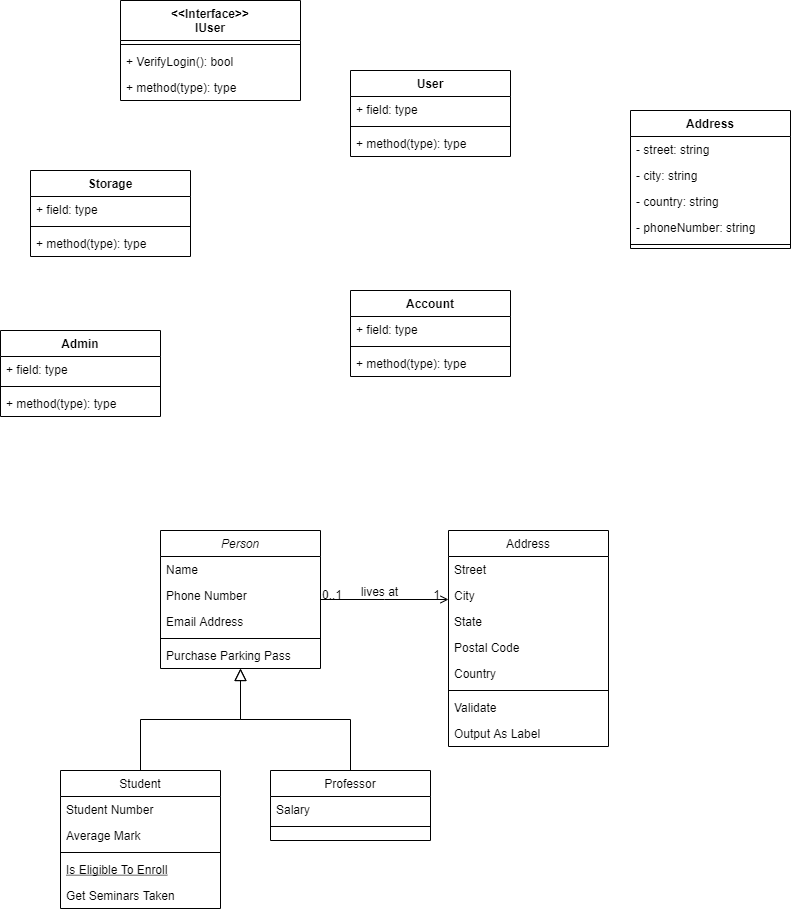
olh-msk/SigmaTask10 keeps this draw.io diagram as ShopConseptualUML.drawio.png. Above is the earlier version. Source tidied: cells renumbered, new cells last; positions are measured from the earlier drawing's top-left corner, leaving out a move shared by most shapes.
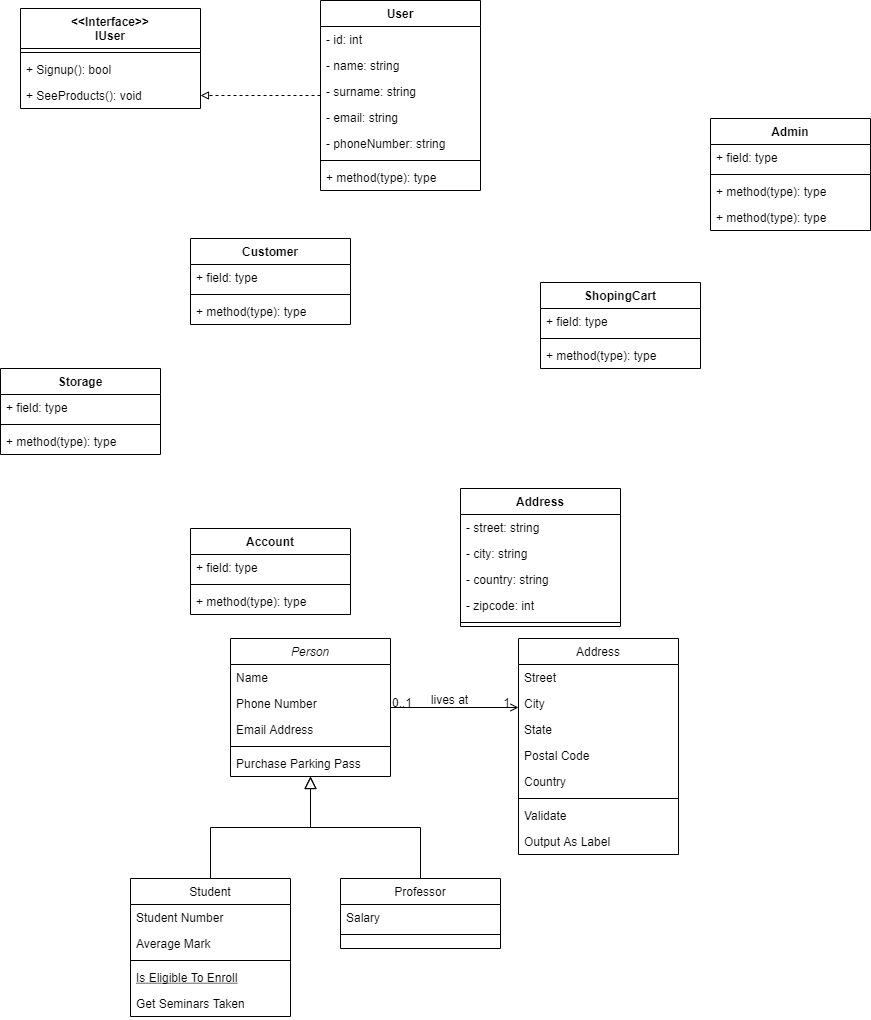
Later version of the same file.

Change to the diagram source:
```diff
@@ -3,7 +3,7 @@
     <mxCell id="0" />
     <mxCell id="1" parent="0" />
     <mxCell id="2" value="Person" style="swimlane;fontStyle=2;align=center;verticalAlign=top;horizontal=1;startSize=26;rounded=0;shadow=0;strokeWidth=1;" parent="1" vertex="1">
-      <mxGeometry x="160" y="530" width="160" height="138" as="geometry" />
+      <mxGeometry x="210" y="630" width="160" height="138" as="geometry" />
     </mxCell>
     <mxCell id="3" value="Name" style="text;align=left;verticalAlign=top;spacingLeft=4;spacingRight=4;overflow=hidden;" parent="2" vertex="1">
       <mxGeometry y="26" width="160" height="26" as="geometry" />
@@ -21,7 +21,7 @@
       <mxGeometry y="112" width="160" height="26" as="geometry" />
     </mxCell>
     <mxCell id="8" value="Student" style="swimlane;fontStyle=0;align=center;verticalAlign=top;horizontal=1;startSize=26;rounded=0;shadow=0;strokeWidth=1;" parent="1" vertex="1">
-      <mxGeometry x="60" y="770" width="160" height="138" as="geometry" />
+      <mxGeometry x="110" y="870" width="160" height="138" as="geometry" />
     </mxCell>
     <mxCell id="9" value="Student Number" style="text;align=left;verticalAlign=top;spacingLeft=4;spacingRight=4;overflow=hidden;" parent="8" vertex="1">
       <mxGeometry y="26" width="160" height="26" as="geometry" />
@@ -42,7 +42,7 @@
       <mxGeometry relative="1" as="geometry" />
     </mxCell>
     <mxCell id="15" value="Professor" style="swimlane;fontStyle=0;align=center;verticalAlign=top;horizontal=1;startSize=26;rounded=0;shadow=0;strokeWidth=1;" parent="1" vertex="1">
-      <mxGeometry x="270" y="770" width="160" height="70" as="geometry" />
+      <mxGeometry x="320" y="870" width="160" height="70" as="geometry" />
     </mxCell>
     <mxCell id="16" value="Salary" style="text;align=left;verticalAlign=top;spacingLeft=4;spacingRight=4;overflow=hidden;" parent="15" vertex="1">
       <mxGeometry y="26" width="160" height="26" as="geometry" />
@@ -54,7 +54,7 @@
       <mxGeometry relative="1" as="geometry" />
     </mxCell>
     <mxCell id="19" value="Address" style="swimlane;fontStyle=0;align=center;verticalAlign=top;horizontal=1;startSize=26;rounded=0;shadow=0;strokeWidth=1;" parent="1" vertex="1">
-      <mxGeometry x="448" y="530" width="160" height="216" as="geometry" />
+      <mxGeometry x="498" y="630" width="160" height="216" as="geometry" />
     </mxCell>
     <mxCell id="20" value="Street" style="text;align=left;verticalAlign=top;spacingLeft=4;spacingRight=4;overflow=hidden;" parent="19" vertex="1">
       <mxGeometry y="26" width="160" height="26" as="geometry" />
@@ -101,19 +101,19 @@
       </mxGeometry>
     </mxCell>
     <mxCell id="32" value="&lt;&lt;Interface&gt;&gt;&#10;IUser" style="swimlane;fontStyle=1;align=center;verticalAlign=top;horizontal=1;startSize=40;" parent="1" vertex="1">
-      <mxGeometry x="120" width="180" height="100" as="geometry" />
+      <mxGeometry width="180" height="100" as="geometry" />
     </mxCell>
     <mxCell id="33" style="line;strokeWidth=1;fillColor=none;align=left;verticalAlign=middle;spacingTop=-1;spacingLeft=3;spacingRight=3;labelPosition=right;" parent="32" vertex="1">
       <mxGeometry y="40" width="180" height="8" as="geometry" />
     </mxCell>
-    <mxCell id="34" value="+ VerifyLogin(): bool" style="text;strokeColor=none;fillColor=none;align=left;verticalAlign=top;spacingLeft=4;spacingRight=4;overflow=hidden;" parent="32" vertex="1">
+    <mxCell id="34" value="+ Signup(): bool" style="text;strokeColor=none;fillColor=none;align=left;verticalAlign=top;spacingLeft=4;spacingRight=4;overflow=hidden;" parent="32" vertex="1">
       <mxGeometry y="48" width="180" height="26" as="geometry" />
     </mxCell>
-    <mxCell id="35" value="+ method(type): type" style="text;strokeColor=none;fillColor=none;align=left;verticalAlign=top;spacingLeft=4;spacingRight=4;overflow=hidden;points=[[0,0.5],[1,0.5]];portConstraint=eastwest;" parent="32" vertex="1">
+    <mxCell id="35" value="+ SeeProducts(): void" style="text;strokeColor=none;fillColor=none;align=left;verticalAlign=top;spacingLeft=4;spacingRight=4;overflow=hidden;points=[[0,0.5],[1,0.5]];portConstraint=eastwest;" parent="32" vertex="1">
       <mxGeometry y="74" width="180" height="26" as="geometry" />
     </mxCell>
     <mxCell id="36" value="Storage" style="swimlane;fontStyle=1;align=center;verticalAlign=top;horizontal=1;startSize=26;" parent="1" vertex="1">
-      <mxGeometry x="30" y="170" width="160" height="86" as="geometry" />
+      <mxGeometry x="-20" y="360" width="160" height="86" as="geometry" />
     </mxCell>
     <mxCell id="37" value="+ field: type" style="text;strokeColor=none;fillColor=none;align=left;verticalAlign=top;spacingLeft=4;spacingRight=4;overflow=hidden;" parent="36" vertex="1">
       <mxGeometry y="26" width="160" height="26" as="geometry" />
@@ -125,7 +125,7 @@
       <mxGeometry y="60" width="160" height="26" as="geometry" />
     </mxCell>
     <mxCell id="40" value="Admin" style="swimlane;fontStyle=1;align=center;verticalAlign=top;horizontal=1;startSize=26;" parent="1" vertex="1">
-      <mxGeometry y="330" width="160" height="86" as="geometry" />
+      <mxGeometry x="690" y="110" width="160" height="112" as="geometry" />
     </mxCell>
     <mxCell id="41" value="+ field: type" style="text;strokeColor=none;fillColor=none;align=left;verticalAlign=top;spacingLeft=4;spacingRight=4;overflow=hidden;" parent="40" vertex="1">
       <mxGeometry y="26" width="160" height="26" as="geometry" />
@@ -136,20 +136,38 @@
     <mxCell id="43" value="+ method(type): type" style="text;strokeColor=none;fillColor=none;align=left;verticalAlign=top;spacingLeft=4;spacingRight=4;overflow=hidden;" parent="40" vertex="1">
       <mxGeometry y="60" width="160" height="26" as="geometry" />
     </mxCell>
+    <mxCell id="58" value="+ method(type): type" style="text;strokeColor=none;fillColor=none;align=left;verticalAlign=top;spacingLeft=4;spacingRight=4;overflow=hidden;" parent="40" vertex="1">
+      <mxGeometry y="86" width="160" height="26" as="geometry" />
+    </mxCell>
+    <mxCell id="59" style="edgeStyle=orthogonalEdgeStyle;rounded=0;jettySize=auto;html=1;endArrow=block;endFill=0;dashed=1;" parent="1" edge="1" source="44" target="35">
+      <mxGeometry relative="1" as="geometry" />
+    </mxCell>
     <mxCell id="44" value="User" style="swimlane;fontStyle=1;align=center;verticalAlign=top;horizontal=1;startSize=26;" parent="1" vertex="1">
-      <mxGeometry x="350" y="70" width="160" height="86" as="geometry" />
+      <mxGeometry x="300" y="-8" width="160" height="190" as="geometry" />
     </mxCell>
+    <mxCell id="60" value="- id: int" style="text;strokeColor=none;fillColor=none;align=left;verticalAlign=top;spacingLeft=4;spacingRight=4;overflow=hidden;" parent="44" vertex="1">
+      <mxGeometry y="26" width="160" height="26" as="geometry" />
+    </mxCell>
-    <mxCell id="45" value="+ field: type" style="text;strokeColor=none;fillColor=none;align=left;verticalAlign=top;spacingLeft=4;spacingRight=4;overflow=hidden;" parent="44" vertex="1">
-      <mxGeometry y="26" width="160" height="26" as="geometry" />
+    <mxCell id="45" value="- name: string" style="text;strokeColor=none;fillColor=none;align=left;verticalAlign=top;spacingLeft=4;spacingRight=4;overflow=hidden;" parent="44" vertex="1">
+      <mxGeometry y="52" width="160" height="26" as="geometry" />
     </mxCell>
+    <mxCell id="61" value="- surname: string" style="text;strokeColor=none;fillColor=none;align=left;verticalAlign=top;spacingLeft=4;spacingRight=4;overflow=hidden;" parent="44" vertex="1">
+      <mxGeometry y="78" width="160" height="26" as="geometry" />
+    </mxCell>
+    <mxCell id="62" value="- email: string" style="text;strokeColor=none;fillColor=none;align=left;verticalAlign=top;spacingLeft=4;spacingRight=4;overflow=hidden;" parent="44" vertex="1">
+      <mxGeometry y="104" width="160" height="26" as="geometry" />
+    </mxCell>
+    <mxCell id="63" value="- phoneNumber: string" style="text;strokeColor=none;fillColor=none;align=left;verticalAlign=top;spacingLeft=4;spacingRight=4;overflow=hidden;" parent="44" vertex="1">
+      <mxGeometry y="130" width="160" height="26" as="geometry" />
+    </mxCell>
     <mxCell id="46" style="line;strokeWidth=1;fillColor=none;align=left;verticalAlign=middle;spacingTop=-1;spacingLeft=3;spacingRight=3;labelPosition=right;" parent="44" vertex="1">
-      <mxGeometry y="52" width="160" height="8" as="geometry" />
+      <mxGeometry y="156" width="160" height="8" as="geometry" />
     </mxCell>
     <mxCell id="47" value="+ method(type): type" style="text;strokeColor=none;fillColor=none;align=left;verticalAlign=top;spacingLeft=4;spacingRight=4;overflow=hidden;" parent="44" vertex="1">
-      <mxGeometry y="60" width="160" height="26" as="geometry" />
+      <mxGeometry y="164" width="160" height="26" as="geometry" />
     </mxCell>
     <mxCell id="48" value="Address" style="swimlane;fontStyle=1;align=center;verticalAlign=top;horizontal=1;startSize=26;" parent="1" vertex="1">
-      <mxGeometry x="630" y="110" width="160" height="138" as="geometry" />
+      <mxGeometry x="440" y="480" width="160" height="138" as="geometry" />
     </mxCell>
     <mxCell id="49" value="- street: string" style="text;strokeColor=none;fillColor=none;align=left;verticalAlign=top;spacingLeft=4;spacingRight=4;overflow=hidden;" parent="48" vertex="1">
       <mxGeometry y="26" width="160" height="26" as="geometry" />
@@ -160,14 +178,14 @@
     <mxCell id="51" value="- country: string" style="text;strokeColor=none;fillColor=none;align=left;verticalAlign=top;spacingLeft=4;spacingRight=4;overflow=hidden;" parent="48" vertex="1">
       <mxGeometry y="78" width="160" height="26" as="geometry" />
     </mxCell>
-    <mxCell id="52" value="- phoneNumber: string" style="text;strokeColor=none;fillColor=none;align=left;verticalAlign=top;spacingLeft=4;spacingRight=4;overflow=hidden;" parent="48" vertex="1">
+    <mxCell id="52" value="- zipcode: int" style="text;strokeColor=none;fillColor=none;align=left;verticalAlign=top;spacingLeft=4;spacingRight=4;overflow=hidden;" parent="48" vertex="1">
       <mxGeometry y="104" width="160" height="26" as="geometry" />
     </mxCell>
     <mxCell id="53" style="line;strokeWidth=1;fillColor=none;align=left;verticalAlign=middle;spacingTop=-1;spacingLeft=3;spacingRight=3;labelPosition=right;" parent="48" vertex="1">
       <mxGeometry y="130" width="160" height="8" as="geometry" />
     </mxCell>
     <mxCell id="54" value="Account" style="swimlane;fontStyle=1;align=center;verticalAlign=top;horizontal=1;startSize=26;" parent="1" vertex="1">
-      <mxGeometry x="350" y="290" width="160" height="86" as="geometry" />
+      <mxGeometry x="170" y="520" width="160" height="86" as="geometry" />
     </mxCell>
     <mxCell id="55" value="+ field: type" style="text;strokeColor=none;fillColor=none;align=left;verticalAlign=top;spacingLeft=4;spacingRight=4;overflow=hidden;" parent="54" vertex="1">
       <mxGeometry y="26" width="160" height="26" as="geometry" />
@@ -178,5 +196,29 @@
     <mxCell id="57" value="+ method(type): type" style="text;strokeColor=none;fillColor=none;align=left;verticalAlign=top;spacingLeft=4;spacingRight=4;overflow=hidden;" parent="54" vertex="1">
       <mxGeometry y="60" width="160" height="26" as="geometry" />
     </mxCell>
+    <mxCell id="64" value="Customer" style="swimlane;fontStyle=1;align=center;verticalAlign=top;horizontal=1;startSize=26;" parent="1" vertex="1">
+      <mxGeometry x="170" y="230" width="160" height="86" as="geometry" />
+    </mxCell>
+    <mxCell id="65" value="+ field: type" style="text;strokeColor=none;fillColor=none;align=left;verticalAlign=top;spacingLeft=4;spacingRight=4;overflow=hidden;" parent="64" vertex="1">
+      <mxGeometry y="26" width="160" height="26" as="geometry" />
+    </mxCell>
+    <mxCell id="66" style="line;strokeWidth=1;fillColor=none;align=left;verticalAlign=middle;spacingTop=-1;spacingLeft=3;spacingRight=3;labelPosition=right;" parent="64" vertex="1">
+      <mxGeometry y="52" width="160" height="8" as="geometry" />
+    </mxCell>
+    <mxCell id="67" value="+ method(type): type" style="text;strokeColor=none;fillColor=none;align=left;verticalAlign=top;spacingLeft=4;spacingRight=4;overflow=hidden;" parent="64" vertex="1">
+      <mxGeometry y="60" width="160" height="26" as="geometry" />
+    </mxCell>
+    <mxCell id="68" value="ShopingCart" style="swimlane;fontStyle=1;align=center;verticalAlign=top;horizontal=1;startSize=26;" parent="1" vertex="1">
+      <mxGeometry x="520" y="274" width="160" height="86" as="geometry" />
+    </mxCell>
+    <mxCell id="69" value="+ field: type" style="text;strokeColor=none;fillColor=none;align=left;verticalAlign=top;spacingLeft=4;spacingRight=4;overflow=hidden;" parent="68" vertex="1">
+      <mxGeometry y="26" width="160" height="26" as="geometry" />
+    </mxCell>
+    <mxCell id="70" style="line;strokeWidth=1;fillColor=none;align=left;verticalAlign=middle;spacingTop=-1;spacingLeft=3;spacingRight=3;labelPosition=right;" parent="68" vertex="1">
+      <mxGeometry y="52" width="160" height="8" as="geometry" />
+    </mxCell>
+    <mxCell id="71" value="+ method(type): type" style="text;strokeColor=none;fillColor=none;align=left;verticalAlign=top;spacingLeft=4;spacingRight=4;overflow=hidden;" parent="68" vertex="1">
+      <mxGeometry y="60" width="160" height="26" as="geometry" />
+    </mxCell>
   </root>
 </mxGraphModel>
```
